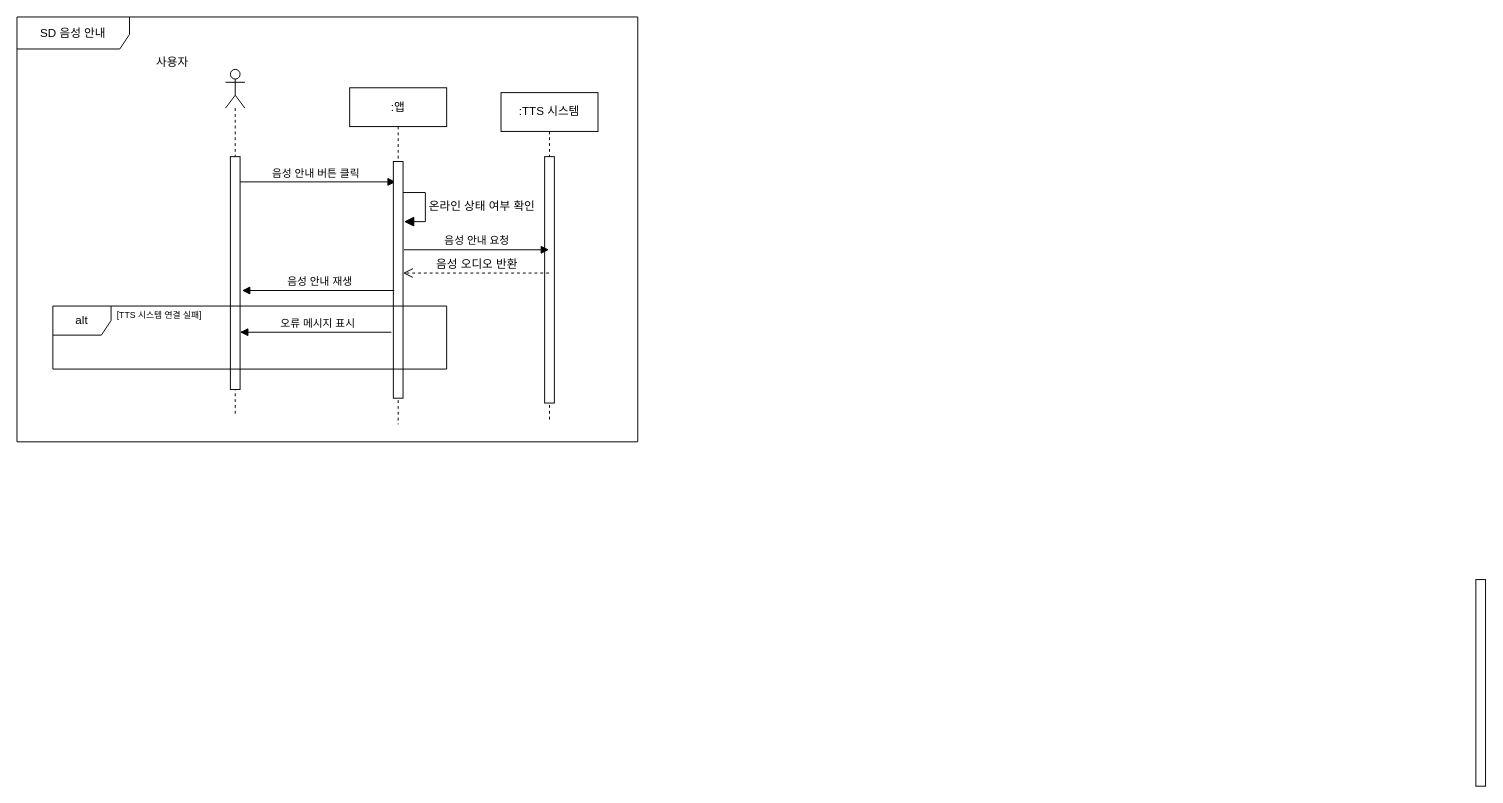
wnthsk/sejujun keeps this draw.io diagram as page "음성 안내" (7 of 8) of sd.drawio. Above is the earlier version. Source tidied: cells renumbered, new cells numbered last; positions are measured from the earlier drawing's top-left corner, leaving out a move shared by most shapes. Both pictures are drawn from the tidied source at 97%, with x=0, y=0 at pixel (16, 16).
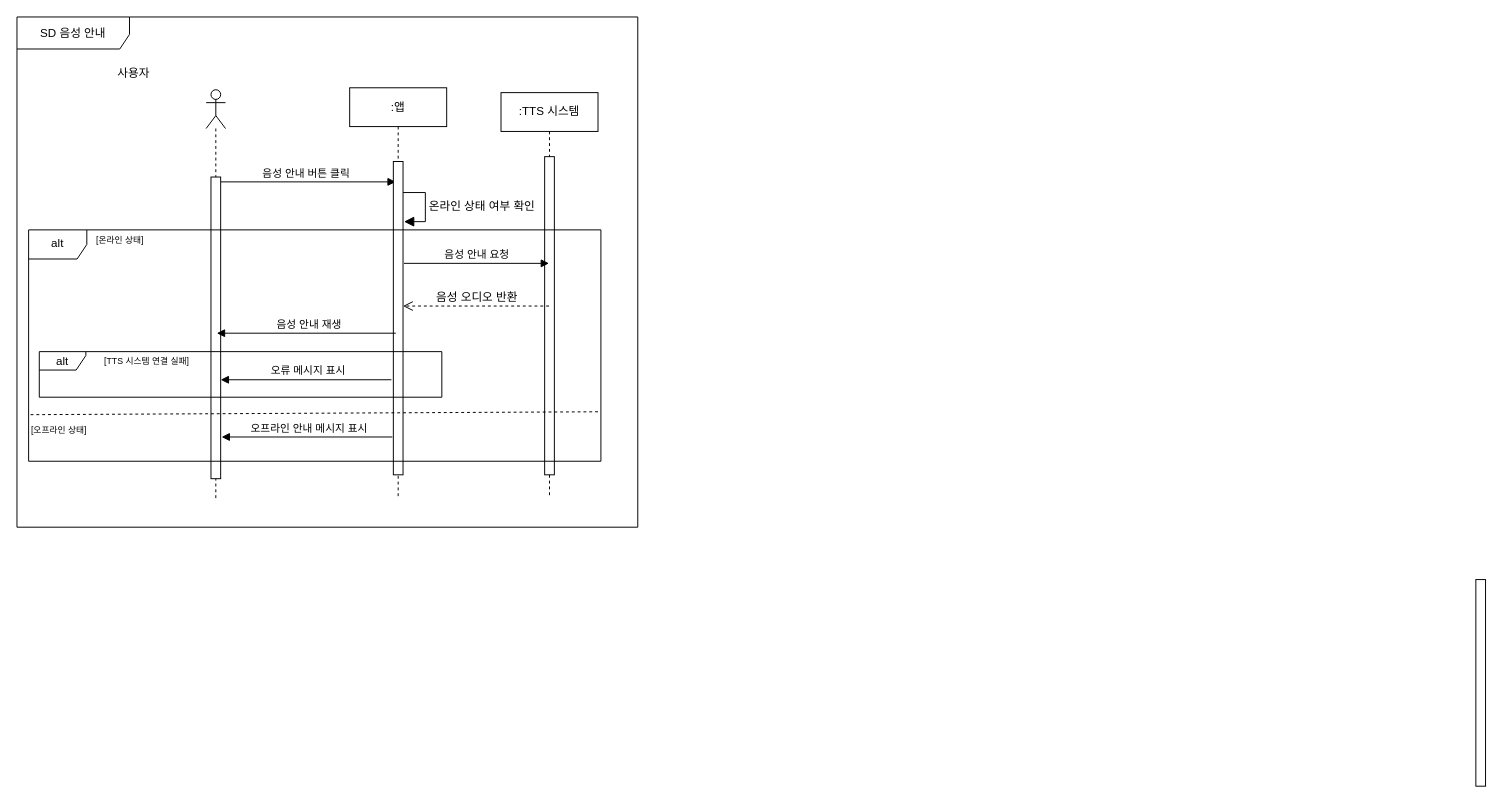
The same page after the edit.

Commit message:
병원 정보 관리

What changed in the source:
```diff
@@
     <mxCell id="2" value="SD 음성 안내" style="shape=umlFrame;whiteSpace=wrap;html=1;width=116;height=33;" parent="1" vertex="1">
-      <mxGeometry width="640" height="438" as="geometry" />
+      <mxGeometry width="640" height="526" as="geometry" />
     </mxCell>
     <mxCell id="3" value="&lt;span style=&quot;font-weight: normal;&quot;&gt;사용자&lt;/span&gt;" style="text;align=center;fontStyle=1;verticalAlign=middle;spacingLeft=3;spacingRight=3;strokeColor=none;html=1;fontSize=12;" parent="1" vertex="1">
-      <mxGeometry x="125" y="32" width="70" height="30" as="geometry" />
+      <mxGeometry x="85" y="43" width="70" height="30" as="geometry" />
     </mxCell>
@@
     <mxCell id="5" value=":앱" style="shape=umlLifeline;perimeter=lifelinePerimeter;whiteSpace=wrap;html=1;newEdgeStyle={&quot;curved&quot;:0,&quot;rounded&quot;:0};" parent="1" vertex="1">
-      <mxGeometry x="343" y="73" width="100" height="347" as="geometry" />
+      <mxGeometry x="343" y="73" width="100" height="423" as="geometry" />
     </mxCell>
     <mxCell id="6" style="html=1;perimeter=orthogonalPerimeter;targetShapes=umlLifeline;newEdgeStyle={&quot;curved&quot;:0,&quot;rounded&quot;:0};" parent="5" vertex="1">
-      <mxGeometry x="45" y="76" width="10" height="244" as="geometry" />
+      <mxGeometry x="45" y="76" width="10" height="323" as="geometry" />
     </mxCell>
@@
     <mxCell id="8" style="shape=umlLifeline;perimeter=lifelinePerimeter;whiteSpace=wrap;html=1;outlineConnect=0;portConstraint=eastwest;newEdgeStyle={&quot;curved&quot;:0,&quot;rounded&quot;:0};participant=umlActor;size=40;" parent="1" vertex="1">
-      <mxGeometry x="215" y="54" width="20" height="355" as="geometry" />
+      <mxGeometry x="195" y="75" width="20" height="423" as="geometry" />
     </mxCell>
     <mxCell id="9" style="html=1;perimeter=orthogonalPerimeter;targetShapes=umlLifeline;newEdgeStyle={&quot;curved&quot;:0,&quot;rounded&quot;:0};" parent="8" vertex="1">
-      <mxGeometry x="5" y="90" width="10" height="240" as="geometry" />
+      <mxGeometry x="5" y="90" width="10" height="311" as="geometry" />
     </mxCell>
     <mxCell id="10" value=":TTS 시스템" style="shape=umlLifeline;perimeter=lifelinePerimeter;whiteSpace=wrap;html=1;newEdgeStyle={&quot;curved&quot;:0,&quot;rounded&quot;:0};" parent="1" vertex="1">
-      <mxGeometry x="499" y="78" width="100" height="337" as="geometry" />
+      <mxGeometry x="499" y="78" width="100" height="417" as="geometry" />
     </mxCell>
@@
     <mxCell id="12" style="html=1;perimeter=orthogonalPerimeter;targetShapes=umlLifeline;newEdgeStyle={&quot;curved&quot;:0,&quot;rounded&quot;:0};" parent="10" vertex="1">
-      <mxGeometry x="45" y="66" width="10" height="254" as="geometry" />
+      <mxGeometry x="45" y="66" width="10" height="328" as="geometry" />
     </mxCell>
     <mxCell id="13" value="alt" style="shape=umlFrame;whiteSpace=wrap;html=1;" parent="1" vertex="1">
-      <mxGeometry x="37" y="298" width="406" height="65" as="geometry" />
+      <mxGeometry x="12" y="219.5" width="590" height="238.5" as="geometry" />
     </mxCell>
     <mxCell id="14" value="[TTS 시스템 연결 실패]" style="text;html=1;align=center;verticalAlign=middle;whiteSpace=wrap;rounded=0;fontSize=9;" parent="1" vertex="1">
-      <mxGeometry x="98" y="293" width="98" height="30" as="geometry" />
+      <mxGeometry x="85" y="340" width="98" height="30" as="geometry" />
     </mxCell>
     <mxCell id="15" value="오류 메시지 표시" style="html=1;verticalAlign=bottom;endArrow=block;curved=0;rounded=0;" parent="1" edge="1">
       <mxGeometry x="-0.02" relative="1" as="geometry">
-        <mxPoint x="386" y="325" as="sourcePoint" />
-        <mxPoint x="230" y="325" as="targetPoint" />
-        <Array as="points">
-          <mxPoint x="231" y="325" />
-        </Array>
+        <mxPoint x="386" y="374" as="sourcePoint" />
+        <mxPoint x="210" y="374" as="targetPoint" />
       </mxGeometry>
     </mxCell>
     <mxCell id="16" value="음성 안내 요청" style="html=1;verticalAlign=bottom;endArrow=block;curved=0;rounded=0;" parent="1" edge="1">
       <mxGeometry relative="1" as="geometry">
-        <mxPoint x="399" y="240" as="sourcePoint" />
-        <mxPoint x="548.5" y="240" as="targetPoint" />
+        <mxPoint x="399" y="254" as="sourcePoint" />
+        <mxPoint x="548.5" y="254" as="targetPoint" />
       </mxGeometry>
     </mxCell>
     <mxCell id="17" value="음성 안내 재생" style="html=1;verticalAlign=bottom;endArrow=block;curved=0;rounded=0;" parent="1" edge="1">
       <mxGeometry x="-0.02" relative="1" as="geometry">
-        <mxPoint x="389" y="282" as="sourcePoint" />
-        <mxPoint x="232" y="282" as="targetPoint" />
+        <mxPoint x="390.5" y="326" as="sourcePoint" />
+        <mxPoint x="206" y="326" as="targetPoint" />
       </mxGeometry>
     </mxCell>
     <mxCell id="18" value="음성 오디오 반환" style="html=1;verticalAlign=bottom;endArrow=open;dashed=1;endSize=8;curved=0;rounded=0;fontSize=12;" parent="1" edge="1">
       <mxGeometry relative="1" as="geometry">
-        <mxPoint x="548.5" y="264" as="sourcePoint" />
-        <mxPoint x="398" y="264" as="targetPoint" />
+        <mxPoint x="548.5" y="298" as="sourcePoint" />
+        <mxPoint x="398" y="298" as="targetPoint" />
       </mxGeometry>
     </mxCell>
+    <mxCell id="19" value="alt" style="shape=umlFrame;whiteSpace=wrap;html=1;width=48;height=19;" parent="1" vertex="1">
+      <mxGeometry x="23" y="345" width="415" height="47" as="geometry" />
+    </mxCell>
+    <mxCell id="20" style="endArrow=none;dashed=1;html=1;rounded=0;exitX=0.001;exitY=0.5;exitDx=0;exitDy=0;exitPerimeter=0;" parent="1" edge="1">
+      <mxGeometry relative="1" as="geometry">
+        <mxPoint x="14" y="410" as="sourcePoint" />
+        <mxPoint x="601" y="407" as="targetPoint" />
+      </mxGeometry>
+    </mxCell>
+    <mxCell id="21" value="[온라인 상태]" style="text;html=1;align=center;verticalAlign=middle;whiteSpace=wrap;rounded=0;fontSize=9;" parent="1" vertex="1">
+      <mxGeometry x="75" y="215" width="63" height="30" as="geometry" />
+    </mxCell>
+    <mxCell id="22" value="[오프라인 상태]" style="text;html=1;align=center;verticalAlign=middle;whiteSpace=wrap;rounded=0;fontSize=9;" parent="1" vertex="1">
+      <mxGeometry x="12" y="411" width="63" height="30" as="geometry" />
+    </mxCell>
+    <mxCell id="23" value="오프라인 안내 메시지 표시" style="html=1;verticalAlign=bottom;endArrow=block;curved=0;rounded=0;" parent="1" edge="1">
+      <mxGeometry x="-0.02" relative="1" as="geometry">
+        <mxPoint x="387" y="433" as="sourcePoint" />
+        <mxPoint x="211" y="433" as="targetPoint" />
+      </mxGeometry>
+    </mxCell>
```
